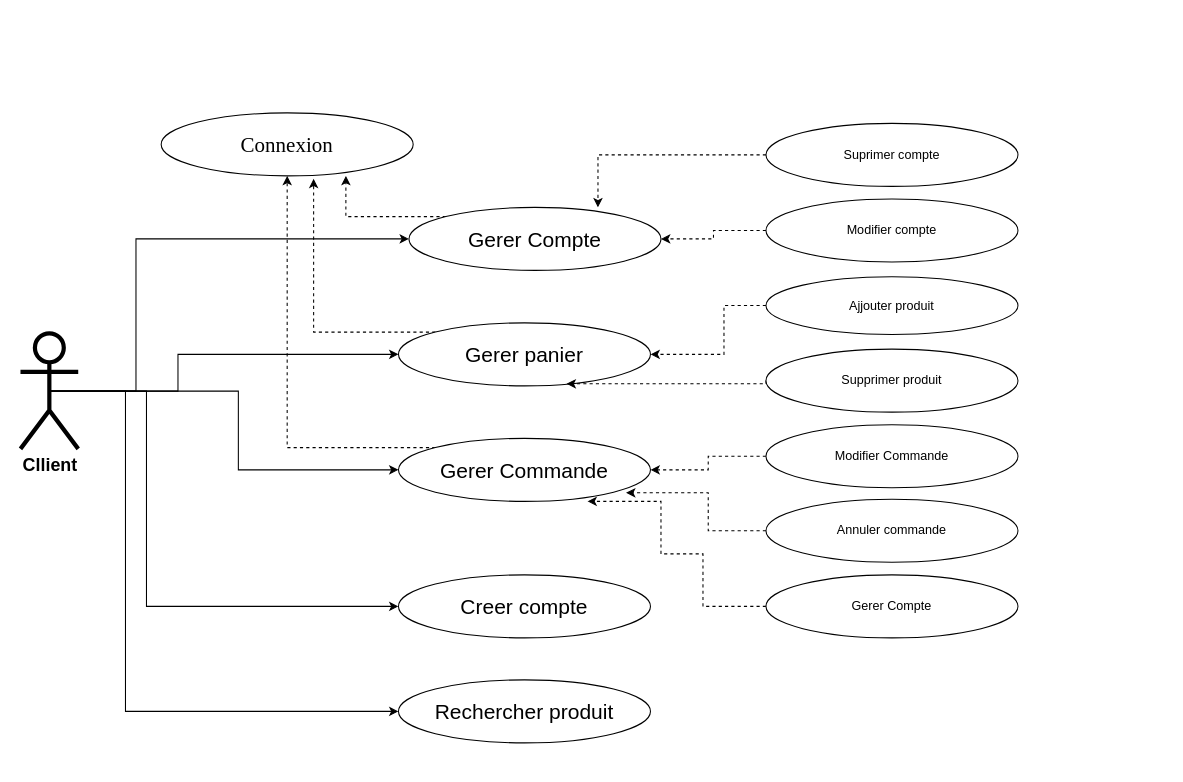
The draw.io diagram use case.drawio in Meshavegas/Fadhyl-Store, before the edit. Source tidied: cells renumbered, new cells numbered last; positions are measured from the earlier drawing's top-left corner, leaving out a move shared by most shapes. Both pictures are drawn from the tidied source at 105%, with x=0, y=0 at pixel (20, 112).
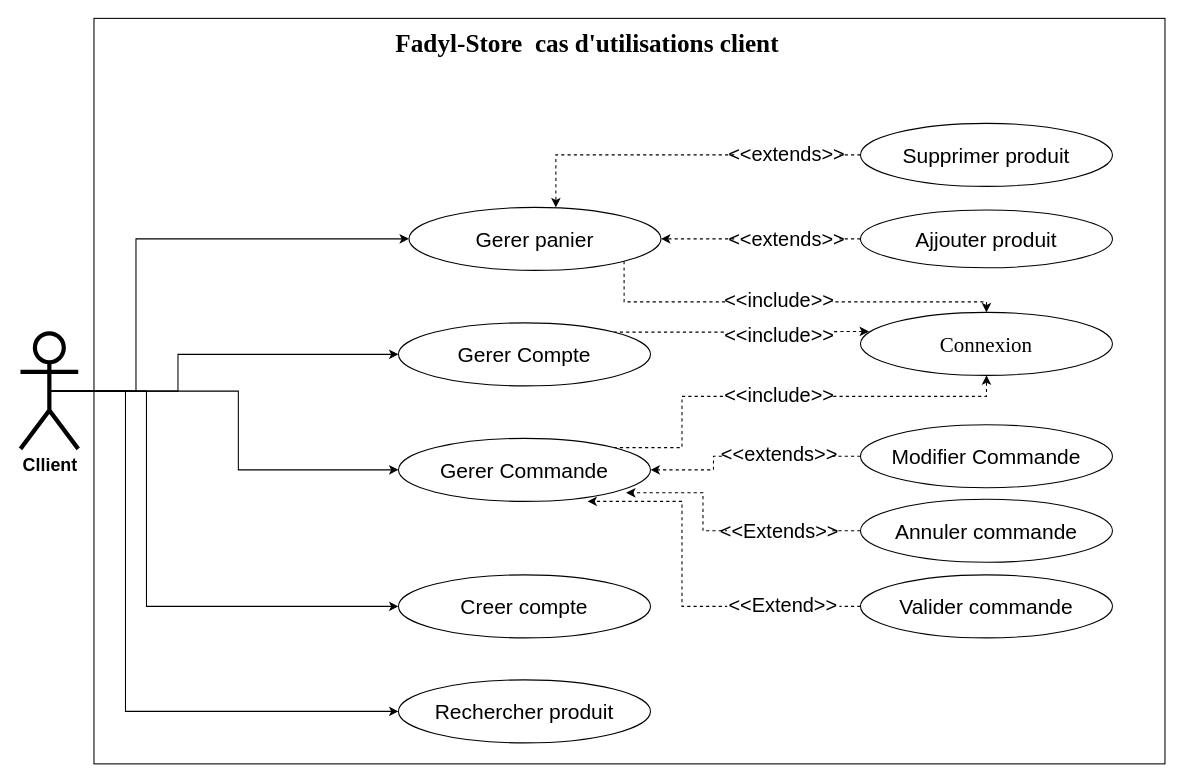
Above is the later version.

The change refers to these unchanged cells:
```xml
<mxCell id="13" value="&lt;font style=&quot;font-size: 20px;&quot;&gt;Gerer Commande&lt;/font&gt;" style="ellipse;whiteSpace=wrap;html=1;" parent="1" vertex="1">
  <mxGeometry x="360" y="310" width="240" height="60" as="geometry" />
</mxCell>
```

The edit, as a diff of the source:
```diff
@@
+    <mxCell id="31" style="rounded=0;whiteSpace=wrap;html=1;" parent="1" vertex="1">
+      <mxGeometry x="70" y="-90" width="1020" height="710" as="geometry" />
+    </mxCell>
@@
-    <mxCell id="8" style="edgeStyle=orthogonalEdgeStyle;rounded=0;jettySize=auto;html=1;exitX=0;exitY=0;exitDx=0;exitDy=0;entryX=0.733;entryY=1;entryDx=0;entryDy=0;entryPerimeter=0;dashed=1;" parent="1" edge="1" source="9" target="30">
+    <mxCell id="8" style="edgeStyle=orthogonalEdgeStyle;rounded=0;jettySize=auto;html=1;exitX=1;exitY=1;exitDx=0;exitDy=0;entryX=0.5;entryY=0;entryDx=0;entryDy=0;dashed=1;" parent="1" edge="1" source="9" target="30">
       <mxGeometry relative="1" as="geometry">
         <Array as="points">
-          <mxPoint x="310" y="99" />
+          <mxPoint x="575" y="180" />
+          <mxPoint x="920" y="180" />
         </Array>
       </mxGeometry>
     </mxCell>
-    <mxCell id="9" value="&lt;font style=&quot;font-size: 20px;&quot;&gt;Gerer Compte&lt;/font&gt;" style="ellipse;whiteSpace=wrap;html=1;" parent="1" vertex="1">
+    <mxCell id="9" value="&lt;font style=&quot;font-size: 20px;&quot;&gt;Gerer panier&lt;/font&gt;" style="ellipse;whiteSpace=wrap;html=1;" parent="1" vertex="1">
       <mxGeometry x="370" y="90" width="240" height="60" as="geometry" />
     </mxCell>
-    <mxCell id="10" style="edgeStyle=orthogonalEdgeStyle;rounded=0;jettySize=auto;html=1;exitX=0;exitY=0;exitDx=0;exitDy=0;entryX=0.605;entryY=1.045;entryDx=0;entryDy=0;entryPerimeter=0;dashed=1;" parent="1" edge="1" source="11" target="30">
-      <mxGeometry relative="1" as="geometry">
-        <Array as="points">
-          <mxPoint x="279" y="209" />
-        </Array>
-      </mxGeometry>
+    <mxCell id="10" style="edgeStyle=orthogonalEdgeStyle;rounded=0;jettySize=auto;html=1;exitX=1;exitY=0;exitDx=0;exitDy=0;entryX=0.034;entryY=0.302;entryDx=0;entryDy=0;entryPerimeter=0;dashed=1;" parent="1" edge="1" source="11" target="30">
+      <mxGeometry relative="1" as="geometry" />
     </mxCell>
-    <mxCell id="11" value="&lt;font style=&quot;font-size: 20px;&quot;&gt;Gerer panier&lt;/font&gt;" style="ellipse;whiteSpace=wrap;html=1;" parent="1" vertex="1">
+    <mxCell id="11" value="&lt;font style=&quot;font-size: 20px;&quot;&gt;Gerer Compte&lt;/font&gt;" style="ellipse;whiteSpace=wrap;html=1;" parent="1" vertex="1">
       <mxGeometry x="360" y="200" width="240" height="60" as="geometry" />
     </mxCell>
-    <mxCell id="12" style="edgeStyle=orthogonalEdgeStyle;rounded=0;jettySize=auto;html=1;exitX=0;exitY=0;exitDx=0;exitDy=0;entryX=0.5;entryY=1;entryDx=0;entryDy=0;dashed=1;" parent="1" edge="1" source="13" target="30">
+    <mxCell id="12" style="edgeStyle=orthogonalEdgeStyle;rounded=0;jettySize=auto;html=1;exitX=1;exitY=0;exitDx=0;exitDy=0;entryX=0.5;entryY=1;entryDx=0;entryDy=0;dashed=1;" parent="1" edge="1" source="13" target="30">
       <mxGeometry relative="1" as="geometry">
         <Array as="points">
-          <mxPoint x="254" y="319" />
+          <mxPoint x="630" y="319" />
+          <mxPoint x="630" y="270" />
+          <mxPoint x="920" y="270" />
         </Array>
       </mxGeometry>
     </mxCell>
@@
-    <mxCell id="16" style="edgeStyle=orthogonalEdgeStyle;rounded=0;jettySize=auto;html=1;exitX=0;exitY=0.5;exitDx=0;exitDy=0;entryX=0.75;entryY=0;entryDx=0;entryDy=0;entryPerimeter=0;dashed=1;" parent="1" edge="1" source="17" target="9">
-      <mxGeometry relative="1" as="geometry" />
-    </mxCell>
-    <mxCell id="17" value="Suprimer compte" style="ellipse;whiteSpace=wrap;html=1;flipV=1;flipH=1;" parent="1" vertex="1">
-      <mxGeometry x="710" y="10" width="240" height="60" as="geometry" />
-    </mxCell>
-    <mxCell id="18" style="edgeStyle=orthogonalEdgeStyle;rounded=0;jettySize=auto;html=1;exitX=0;exitY=0.5;exitDx=0;exitDy=0;entryX=1;entryY=0.5;entryDx=0;entryDy=0;dashed=1;" parent="1" edge="1" source="19" target="9">
-      <mxGeometry relative="1" as="geometry" />
-    </mxCell>
-    <mxCell id="19" value="Modifier compte" style="ellipse;whiteSpace=wrap;html=1;flipV=1;flipH=1;" parent="1" vertex="1">
-      <mxGeometry x="710" y="82" width="240" height="60" as="geometry" />
-    </mxCell>
-    <mxCell id="20" style="edgeStyle=orthogonalEdgeStyle;rounded=0;jettySize=auto;html=1;exitX=0;exitY=0.5;exitDx=0;exitDy=0;dashed=1;" parent="1" edge="1" source="21" target="11">
-      <mxGeometry relative="1" as="geometry">
-        <Array as="points">
-          <mxPoint x="670" y="184" />
-          <mxPoint x="670" y="230" />
-        </Array>
-      </mxGeometry>
-    </mxCell>
+    <mxCell id="32" style="edgeStyle=orthogonalEdgeStyle;rounded=0;jettySize=auto;html=1;exitX=0;exitY=0.5;exitDx=0;exitDy=0;entryX=1;entryY=0.5;entryDx=0;entryDy=0;dashed=1;" parent="1" edge="1" source="21" target="9">
+      <mxGeometry relative="1" as="geometry" />
+    </mxCell>
-    <mxCell id="21" value="Ajjouter produit" style="ellipse;whiteSpace=wrap;html=1;flipV=1;flipH=1;" parent="1" vertex="1">
-      <mxGeometry x="710" y="156" width="240" height="55" as="geometry" />
+    <mxCell id="21" value="&lt;font style=&quot;font-size: 20px;&quot;&gt;Ajjouter produit&lt;/font&gt;" style="ellipse;whiteSpace=wrap;html=1;flipV=1;flipH=1;" parent="1" vertex="1">
+      <mxGeometry x="800" y="92.5" width="240" height="55" as="geometry" />
     </mxCell>
-    <mxCell id="22" style="edgeStyle=orthogonalEdgeStyle;rounded=0;jettySize=auto;html=1;exitX=0;exitY=0.5;exitDx=0;exitDy=0;entryX=0.667;entryY=0.967;entryDx=0;entryDy=0;entryPerimeter=0;dashed=1;" parent="1" edge="1" source="23" target="11">
-      <mxGeometry relative="1" as="geometry">
-        <Array as="points">
-          <mxPoint x="710" y="258" />
-        </Array>
-      </mxGeometry>
-    </mxCell>
+    <mxCell id="33" style="edgeStyle=orthogonalEdgeStyle;rounded=0;jettySize=auto;html=1;entryX=0.583;entryY=0;entryDx=0;entryDy=0;entryPerimeter=0;dashed=1;" parent="1" edge="1" source="23" target="9">
+      <mxGeometry relative="1" as="geometry" />
+    </mxCell>
-    <mxCell id="23" value="Supprimer produit" style="ellipse;whiteSpace=wrap;html=1;flipV=1;flipH=1;" parent="1" vertex="1">
-      <mxGeometry x="710" y="225" width="240" height="60" as="geometry" />
+    <mxCell id="23" value="&lt;font style=&quot;font-size: 20px;&quot;&gt;Supprimer produit&lt;/font&gt;" style="ellipse;whiteSpace=wrap;html=1;flipV=1;flipH=1;" parent="1" vertex="1">
+      <mxGeometry x="800" y="10" width="240" height="60" as="geometry" />
     </mxCell>
     <mxCell id="24" style="edgeStyle=orthogonalEdgeStyle;rounded=0;jettySize=auto;html=1;exitX=0;exitY=0.5;exitDx=0;exitDy=0;entryX=1;entryY=0.5;entryDx=0;entryDy=0;dashed=1;" parent="1" edge="1" source="25" target="13">
-      <mxGeometry relative="1" as="geometry" />
+      <mxGeometry relative="1" as="geometry">
+        <Array as="points">
+          <mxPoint x="660" y="327" />
+          <mxPoint x="660" y="340" />
+        </Array>
+      </mxGeometry>
     </mxCell>
-    <mxCell id="25" value="Modifier Commande" style="ellipse;whiteSpace=wrap;html=1;flipV=1;flipH=1;" parent="1" vertex="1">
-      <mxGeometry x="710" y="297" width="240" height="60" as="geometry" />
+    <mxCell id="25" value="&lt;font style=&quot;font-size: 20px;&quot;&gt;Modifier Commande&lt;/font&gt;" style="ellipse;whiteSpace=wrap;html=1;flipV=1;flipH=1;" parent="1" vertex="1">
+      <mxGeometry x="800" y="297" width="240" height="60" as="geometry" />
     </mxCell>
     <mxCell id="26" style="edgeStyle=orthogonalEdgeStyle;rounded=0;jettySize=auto;html=1;exitX=0;exitY=0.5;exitDx=0;exitDy=0;entryX=0.903;entryY=0.864;entryDx=0;entryDy=0;entryPerimeter=0;dashed=1;" parent="1" edge="1" source="27" target="13">
-      <mxGeometry relative="1" as="geometry" />
+      <mxGeometry relative="1" as="geometry">
+        <Array as="points">
+          <mxPoint x="650" y="398" />
+          <mxPoint x="650" y="362" />
+        </Array>
+      </mxGeometry>
     </mxCell>
-    <mxCell id="27" value="Annuler commande" style="ellipse;whiteSpace=wrap;html=1;flipV=1;flipH=1;" parent="1" vertex="1">
-      <mxGeometry x="710" y="368" width="240" height="60" as="geometry" />
+    <mxCell id="27" value="&lt;font style=&quot;font-size: 20px;&quot;&gt;Annuler commande&lt;/font&gt;" style="ellipse;whiteSpace=wrap;html=1;flipV=1;flipH=1;" parent="1" vertex="1">
+      <mxGeometry x="800" y="368" width="240" height="60" as="geometry" />
     </mxCell>
     <mxCell id="28" style="edgeStyle=orthogonalEdgeStyle;rounded=0;jettySize=auto;html=1;exitX=0;exitY=0.5;exitDx=0;exitDy=0;entryX=0.75;entryY=1;entryDx=0;entryDy=0;entryPerimeter=0;dashed=1;" parent="1" edge="1" source="29" target="13">
       <mxGeometry relative="1" as="geometry">
         <Array as="points">
-          <mxPoint x="650" y="470" />
-          <mxPoint x="650" y="420" />
-          <mxPoint x="610" y="420" />
-          <mxPoint x="610" y="370" />
+          <mxPoint x="630" y="470" />
+          <mxPoint x="630" y="370" />
         </Array>
       </mxGeometry>
     </mxCell>
-    <mxCell id="29" value="Gerer Compte" style="ellipse;whiteSpace=wrap;html=1;flipV=1;flipH=1;" parent="1" vertex="1">
-      <mxGeometry x="710" y="440" width="240" height="60" as="geometry" />
+    <mxCell id="29" value="&lt;font style=&quot;font-size: 20px;&quot;&gt;Valider commande&lt;/font&gt;" style="ellipse;whiteSpace=wrap;html=1;flipV=1;flipH=1;" parent="1" vertex="1">
+      <mxGeometry x="800" y="440" width="240" height="60" as="geometry" />
     </mxCell>
     <mxCell id="30" value="&lt;font face=&quot;Times New Roman&quot; style=&quot;font-size: 20px;&quot;&gt;Connexion&lt;/font&gt;" style="ellipse;whiteSpace=wrap;html=1;" parent="1" vertex="1">
-      <mxGeometry x="134" width="240" height="60" as="geometry" />
+      <mxGeometry x="800" y="190" width="240" height="60" as="geometry" />
     </mxCell>
+    <mxCell id="34" value="&lt;font size=&quot;1&quot; face=&quot;Times New Roman&quot; style=&quot;&quot;&gt;&lt;b style=&quot;font-size: 24px;&quot;&gt;Fadyl-Store&amp;nbsp; cas d'utilisations client&lt;/b&gt;&lt;/font&gt;" style="text;html=1;strokeColor=none;fillColor=none;align=center;verticalAlign=middle;whiteSpace=wrap;rounded=0;" parent="1" vertex="1">
+      <mxGeometry x="310" y="-80" width="460" height="30" as="geometry" />
+    </mxCell>
+    <mxCell id="35" value="&lt;font style=&quot;font-size: 19px;&quot;&gt;&amp;lt;&amp;lt;Extend&amp;gt;&amp;gt;&lt;/font&gt;" style="text;html=1;strokeColor=none;fillColor=default;align=center;verticalAlign=middle;whiteSpace=wrap;rounded=0;" parent="1" vertex="1">
+      <mxGeometry x="673" y="455" width="107" height="30" as="geometry" />
+    </mxCell>
+    <mxCell id="36" value="&lt;font style=&quot;font-size: 19px;&quot;&gt;&amp;lt;&amp;lt;Extends&amp;gt;&amp;gt;&lt;/font&gt;" style="text;html=1;strokeColor=none;fillColor=default;align=center;verticalAlign=middle;whiteSpace=wrap;rounded=0;" parent="1" vertex="1">
+      <mxGeometry x="673" y="384" width="100" height="30" as="geometry" />
+    </mxCell>
+    <mxCell id="37" value="&lt;font style=&quot;font-size: 19px;&quot;&gt;&amp;lt;&amp;lt;extends&amp;gt;&amp;gt;&lt;/font&gt;" style="text;html=1;strokeColor=none;fillColor=default;align=center;verticalAlign=middle;whiteSpace=wrap;rounded=0;" parent="1" vertex="1">
+      <mxGeometry x="673" y="311" width="100" height="30" as="geometry" />
+    </mxCell>
+    <mxCell id="38" value="&lt;font style=&quot;font-size: 19px;&quot;&gt;&amp;lt;&amp;lt;include&amp;gt;&amp;gt;&lt;/font&gt;" style="text;html=1;strokeColor=none;fillColor=default;align=center;verticalAlign=middle;whiteSpace=wrap;rounded=0;" parent="1" vertex="1">
+      <mxGeometry x="673" y="255" width="100" height="30" as="geometry" />
+    </mxCell>
+    <mxCell id="39" value="&lt;font style=&quot;font-size: 19px;&quot;&gt;&amp;lt;&amp;lt;include&amp;gt;&amp;gt;&lt;/font&gt;" style="text;html=1;strokeColor=none;fillColor=default;align=center;verticalAlign=middle;whiteSpace=wrap;rounded=0;" parent="1" vertex="1">
+      <mxGeometry x="673" y="198" width="100" height="30" as="geometry" />
+    </mxCell>
+    <mxCell id="40" value="&lt;font style=&quot;font-size: 19px;&quot;&gt;&amp;lt;&amp;lt;include&amp;gt;&amp;gt;&lt;/font&gt;" style="text;html=1;strokeColor=none;fillColor=default;align=center;verticalAlign=middle;whiteSpace=wrap;rounded=0;" parent="1" vertex="1">
+      <mxGeometry x="673" y="164" width="100" height="30" as="geometry" />
+    </mxCell>
+    <mxCell id="41" value="&lt;font style=&quot;font-size: 19px;&quot;&gt;&amp;lt;&amp;lt;extends&amp;gt;&amp;gt;&lt;/font&gt;" style="text;html=1;strokeColor=none;fillColor=default;align=center;verticalAlign=middle;whiteSpace=wrap;rounded=0;" parent="1" vertex="1">
+      <mxGeometry x="680" y="25" width="100" height="30" as="geometry" />
+    </mxCell>
+    <mxCell id="42" value="&lt;font style=&quot;font-size: 19px;&quot;&gt;&amp;lt;&amp;lt;extends&amp;gt;&amp;gt;&lt;/font&gt;" style="text;html=1;strokeColor=none;fillColor=default;align=center;verticalAlign=middle;whiteSpace=wrap;rounded=0;" parent="1" vertex="1">
+      <mxGeometry x="680" y="106" width="100" height="30" as="geometry" />
+    </mxCell>
```
